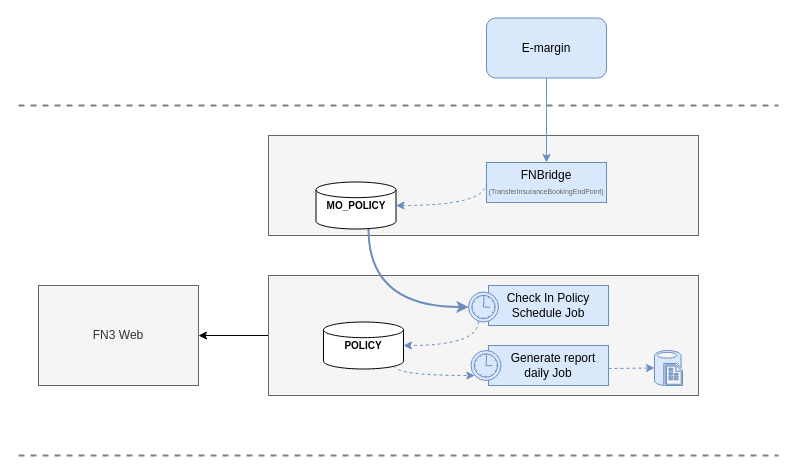
phatcharalaw/my-doc keeps this draw.io diagram as eMargin.drawio. Above is the earlier version. Source tidied: cells renumbered, new cells numbered last; positions are measured from the earlier drawing's top-left corner, leaving out a move shared by most shapes. Both pictures are drawn from the tidied source at 100%, with x=0, y=0 at pixel (18, 17).
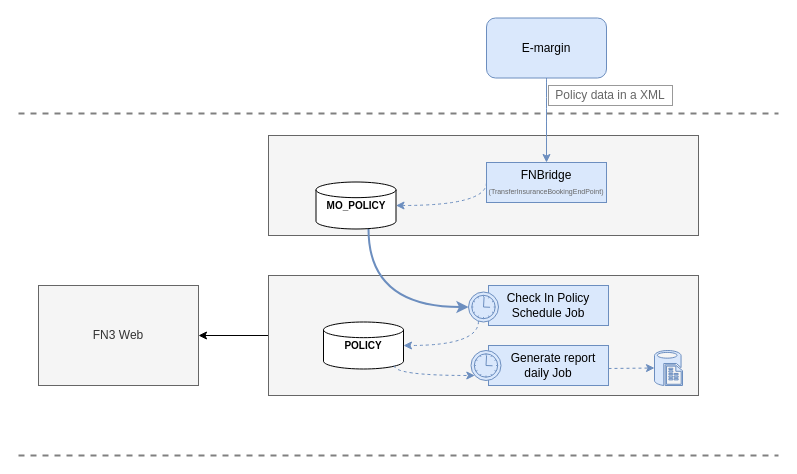
After the change.

Change to the diagram source:
```diff
@@
     <mxCell id="5" style="endArrow=none;dashed=1;html=1;strokeColor=#808080;strokeWidth=2;" parent="1" edge="1">
       <mxGeometry relative="1" as="geometry">
-        <mxPoint y="88" as="sourcePoint" />
-        <mxPoint x="760" y="88" as="targetPoint" />
+        <mxPoint y="96" as="sourcePoint" />
+        <mxPoint x="760" y="96" as="targetPoint" />
       </mxGeometry>
     </mxCell>
@@
+    <mxCell id="23" value="Policy data in a XML" style="rounded=0;whiteSpace=wrap;html=1;fontColor=#666666;strokeColor=#999999;" parent="1" vertex="1">
+      <mxGeometry x="530" y="68" width="124" height="20" as="geometry" />
+    </mxCell>
```
